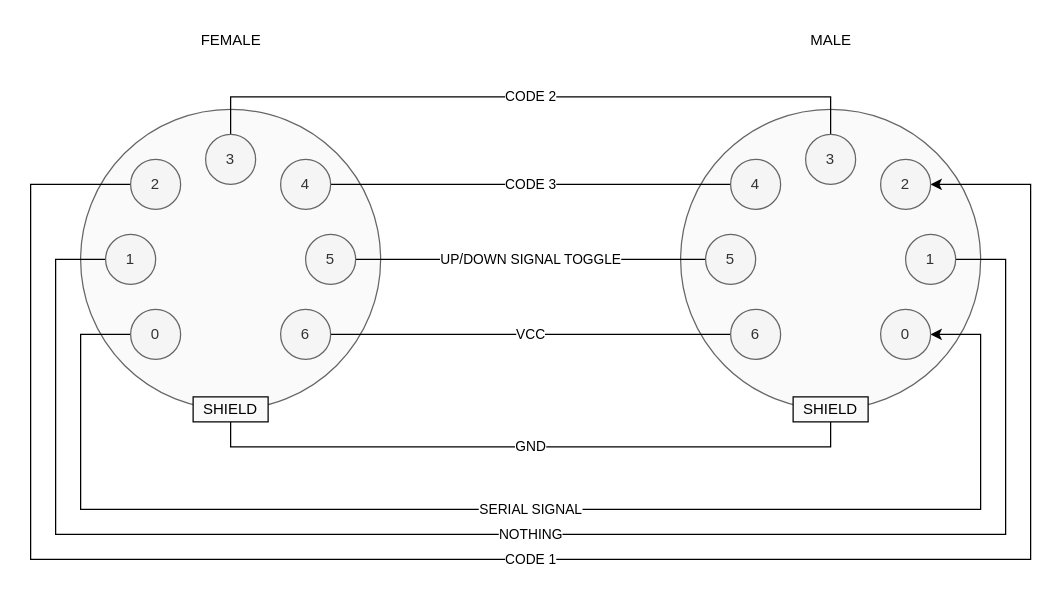
The draw.io diagram layout.drawio in DanielHabenicht/logicdata-standing-desk, before the edit. Source tidied: cells renumbered, new cells numbered last; positions are measured from the earlier drawing's top-left corner, leaving out a move shared by most shapes. Both pictures are drawn from the tidied source at 125%, with x=0, y=0 at pixel (30, 21).
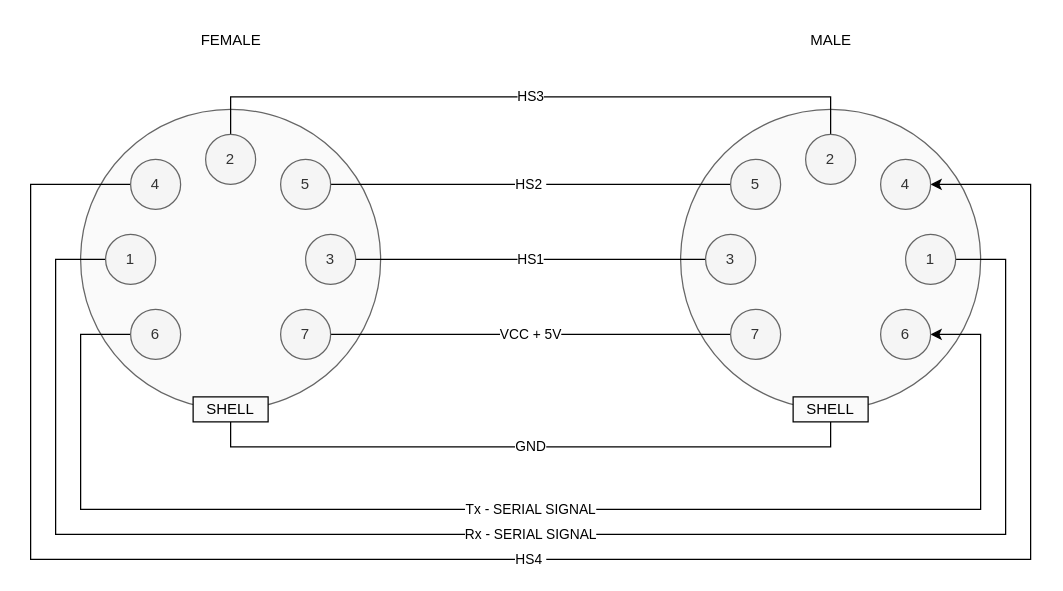
The same page after the edit.

Unchanged cells that the change refers to:
```xml
<mxCell id="9" value="1" style="ellipse;whiteSpace=wrap;html=1;fillColor=#f5f5f5;fontColor=#333333;strokeColor=#666666;" parent="1" vertex="1">
  <mxGeometry x="60" y="170" width="40" height="40" as="geometry" />
</mxCell>
<mxCell id="25" value="1" style="ellipse;whiteSpace=wrap;html=1;fillColor=#f5f5f5;fontColor=#333333;strokeColor=#666666;" parent="1" vertex="1">
  <mxGeometry x="700" y="170" width="40" height="40" as="geometry" />
</mxCell>
```

Diff of the diagram source:
```diff
@@
-    <mxCell id="4" value="CODE 2" style="edgeStyle=orthogonalEdgeStyle;rounded=0;jettySize=auto;html=1;exitX=0.5;exitY=0;exitDx=0;exitDy=0;entryX=0.5;entryY=0;entryDx=0;entryDy=0;endArrow=none;endFill=0;" parent="1" edge="1" source="5" target="20">
+    <mxCell id="4" value="HS3" style="edgeStyle=orthogonalEdgeStyle;rounded=0;jettySize=auto;html=1;exitX=0.5;exitY=0;exitDx=0;exitDy=0;entryX=0.5;entryY=0;entryDx=0;entryDy=0;endArrow=none;endFill=0;" parent="1" edge="1" source="5" target="20">
       <mxGeometry relative="1" as="geometry">
         <Array as="points">
           <mxPoint x="160" y="60" />
           <mxPoint x="640" y="60" />
         </Array>
       </mxGeometry>
     </mxCell>
-    <mxCell id="5" value="3" style="ellipse;whiteSpace=wrap;html=1;fillColor=#f5f5f5;fontColor=#333333;strokeColor=#666666;" parent="1" vertex="1">
+    <mxCell id="5" value="2" style="ellipse;whiteSpace=wrap;html=1;fillColor=#f5f5f5;fontColor=#333333;strokeColor=#666666;" parent="1" vertex="1">
       <mxGeometry x="140" y="90" width="40" height="40" as="geometry" />
     </mxCell>
-    <mxCell id="6" value="CODE 1" style="edgeStyle=orthogonalEdgeStyle;rounded=0;jettySize=auto;html=1;exitX=0;exitY=0.5;exitDx=0;exitDy=0;entryX=1;entryY=0.5;entryDx=0;entryDy=0;" parent="1" edge="1" source="7" target="24">
+    <mxCell id="6" value="HS4&amp;nbsp;" style="edgeStyle=orthogonalEdgeStyle;rounded=0;jettySize=auto;html=1;exitX=0;exitY=0.5;exitDx=0;exitDy=0;entryX=1;entryY=0.5;entryDx=0;entryDy=0;" parent="1" edge="1" source="7" target="24">
       <mxGeometry relative="1" as="geometry">
         <Array as="points">
           <mxPoint y="130" />
           <mxPoint y="430" />
           <mxPoint x="800" y="430" />
           <mxPoint x="800" y="130" />
         </Array>
       </mxGeometry>
     </mxCell>
-    <mxCell id="7" value="2" style="ellipse;whiteSpace=wrap;html=1;fillColor=#f5f5f5;fontColor=#333333;strokeColor=#666666;" parent="1" vertex="1">
+    <mxCell id="7" value="4" style="ellipse;whiteSpace=wrap;html=1;fillColor=#f5f5f5;fontColor=#333333;strokeColor=#666666;" parent="1" vertex="1">
       <mxGeometry x="80" y="110" width="40" height="40" as="geometry" />
     </mxCell>
-    <mxCell id="8" value="NOTHING" style="edgeStyle=orthogonalEdgeStyle;rounded=0;jettySize=auto;html=1;exitX=0;exitY=0.5;exitDx=0;exitDy=0;entryX=1;entryY=0.5;entryDx=0;entryDy=0;endArrow=none;endFill=0;" parent="1" edge="1" source="9" target="25">
+    <mxCell id="8" value="Rx - SERIAL SIGNAL" style="edgeStyle=orthogonalEdgeStyle;rounded=0;jettySize=auto;html=1;exitX=0;exitY=0.5;exitDx=0;exitDy=0;entryX=1;entryY=0.5;entryDx=0;entryDy=0;endArrow=none;endFill=0;" parent="1" edge="1" source="9" target="25">
       <mxGeometry relative="1" as="geometry">
         <Array as="points">
           <mxPoint x="20" y="190" />
           <mxPoint x="20" y="410" />
           <mxPoint x="780" y="410" />
           <mxPoint x="780" y="190" />
         </Array>
       </mxGeometry>
     </mxCell>
@@
-    <mxCell id="10" value="SERIAL SIGNAL" style="edgeStyle=orthogonalEdgeStyle;rounded=0;jettySize=auto;html=1;exitX=0;exitY=0.5;exitDx=0;exitDy=0;entryX=1;entryY=0.5;entryDx=0;entryDy=0;" parent="1" edge="1" source="11" target="26">
+    <mxCell id="10" value="Tx - SERIAL SIGNAL" style="edgeStyle=orthogonalEdgeStyle;rounded=0;jettySize=auto;html=1;exitX=0;exitY=0.5;exitDx=0;exitDy=0;entryX=1;entryY=0.5;entryDx=0;entryDy=0;" parent="1" edge="1" source="11" target="26">
       <mxGeometry relative="1" as="geometry">
         <Array as="points">
           <mxPoint x="40" y="250" />
           <mxPoint x="40" y="390" />
           <mxPoint x="760" y="390" />
           <mxPoint x="760" y="250" />
         </Array>
       </mxGeometry>
     </mxCell>
-    <mxCell id="11" value="0" style="ellipse;whiteSpace=wrap;html=1;fillColor=#f5f5f5;fontColor=#333333;strokeColor=#666666;" parent="1" vertex="1">
+    <mxCell id="11" value="6" style="ellipse;whiteSpace=wrap;html=1;fillColor=#f5f5f5;fontColor=#333333;strokeColor=#666666;" parent="1" vertex="1">
       <mxGeometry x="80" y="230" width="40" height="40" as="geometry" />
     </mxCell>
-    <mxCell id="12" value="CODE 3" style="edgeStyle=orthogonalEdgeStyle;rounded=0;jettySize=auto;html=1;exitX=1;exitY=0.5;exitDx=0;exitDy=0;entryX=0;entryY=0.5;entryDx=0;entryDy=0;endArrow=none;endFill=0;" parent="1" edge="1" source="13" target="21">
+    <mxCell id="12" value="HS2&amp;nbsp;" style="edgeStyle=orthogonalEdgeStyle;rounded=0;jettySize=auto;html=1;exitX=1;exitY=0.5;exitDx=0;exitDy=0;entryX=0;entryY=0.5;entryDx=0;entryDy=0;endArrow=none;endFill=0;" parent="1" edge="1" source="13" target="21">
       <mxGeometry relative="1" as="geometry" />
     </mxCell>
-    <mxCell id="13" value="4" style="ellipse;whiteSpace=wrap;html=1;fillColor=#f5f5f5;fontColor=#333333;strokeColor=#666666;" parent="1" vertex="1">
+    <mxCell id="13" value="5" style="ellipse;whiteSpace=wrap;html=1;fillColor=#f5f5f5;fontColor=#333333;strokeColor=#666666;" parent="1" vertex="1">
       <mxGeometry x="200" y="110" width="40" height="40" as="geometry" />
     </mxCell>
-    <mxCell id="14" value="UP/DOWN SIGNAL TOGGLE" style="edgeStyle=orthogonalEdgeStyle;rounded=0;jettySize=auto;html=1;exitX=1;exitY=0.5;exitDx=0;exitDy=0;entryX=0;entryY=0.5;entryDx=0;entryDy=0;endArrow=none;endFill=0;" parent="1" edge="1" source="15" target="22">
+    <mxCell id="14" value="HS1" style="edgeStyle=orthogonalEdgeStyle;rounded=0;jettySize=auto;html=1;exitX=1;exitY=0.5;exitDx=0;exitDy=0;entryX=0;entryY=0.5;entryDx=0;entryDy=0;endArrow=none;endFill=0;" parent="1" edge="1" source="15" target="22">
       <mxGeometry relative="1" as="geometry" />
     </mxCell>
-    <mxCell id="15" value="5" style="ellipse;whiteSpace=wrap;html=1;fillColor=#f5f5f5;fontColor=#333333;strokeColor=#666666;" parent="1" vertex="1">
+    <mxCell id="15" value="3" style="ellipse;whiteSpace=wrap;html=1;fillColor=#f5f5f5;fontColor=#333333;strokeColor=#666666;" parent="1" vertex="1">
       <mxGeometry x="220" y="170" width="40" height="40" as="geometry" />
     </mxCell>
-    <mxCell id="16" value="VCC" style="edgeStyle=orthogonalEdgeStyle;rounded=0;jettySize=auto;html=1;exitX=1;exitY=0.5;exitDx=0;exitDy=0;entryX=0;entryY=0.5;entryDx=0;entryDy=0;endArrow=none;endFill=0;" parent="1" edge="1" source="17" target="23">
+    <mxCell id="16" value="VCC + 5V" style="edgeStyle=orthogonalEdgeStyle;rounded=0;jettySize=auto;html=1;exitX=1;exitY=0.5;exitDx=0;exitDy=0;entryX=0;entryY=0.5;entryDx=0;entryDy=0;endArrow=none;endFill=0;" parent="1" edge="1" source="17" target="23">
       <mxGeometry relative="1" as="geometry" />
     </mxCell>
-    <mxCell id="17" value="6" style="ellipse;whiteSpace=wrap;html=1;fillColor=#f5f5f5;fontColor=#333333;strokeColor=#666666;" parent="1" vertex="1">
+    <mxCell id="17" value="7" style="ellipse;whiteSpace=wrap;html=1;fillColor=#f5f5f5;fontColor=#333333;strokeColor=#666666;" parent="1" vertex="1">
       <mxGeometry x="200" y="230" width="40" height="40" as="geometry" />
     </mxCell>
@@
-    <mxCell id="19" value="SHIELD" style="rounded=0;whiteSpace=wrap;html=1;fillColor=#FAFAFA;" parent="1" vertex="1">
+    <mxCell id="19" value="SHELL" style="rounded=0;whiteSpace=wrap;html=1;fillColor=#FAFAFA;" parent="1" vertex="1">
       <mxGeometry x="130" y="300" width="60" height="20" as="geometry" />
     </mxCell>
-    <mxCell id="20" value="3" style="ellipse;whiteSpace=wrap;html=1;fillColor=#f5f5f5;fontColor=#333333;strokeColor=#666666;" parent="1" vertex="1">
+    <mxCell id="20" value="2" style="ellipse;whiteSpace=wrap;html=1;fillColor=#f5f5f5;fontColor=#333333;strokeColor=#666666;" parent="1" vertex="1">
       <mxGeometry x="620" y="90" width="40" height="40" as="geometry" />
     </mxCell>
-    <mxCell id="21" value="4" style="ellipse;whiteSpace=wrap;html=1;fillColor=#f5f5f5;fontColor=#333333;strokeColor=#666666;" parent="1" vertex="1">
+    <mxCell id="21" value="5" style="ellipse;whiteSpace=wrap;html=1;fillColor=#f5f5f5;fontColor=#333333;strokeColor=#666666;" parent="1" vertex="1">
       <mxGeometry x="560" y="110" width="40" height="40" as="geometry" />
     </mxCell>
-    <mxCell id="22" value="5" style="ellipse;whiteSpace=wrap;html=1;fillColor=#f5f5f5;fontColor=#333333;strokeColor=#666666;" parent="1" vertex="1">
+    <mxCell id="22" value="3" style="ellipse;whiteSpace=wrap;html=1;fillColor=#f5f5f5;fontColor=#333333;strokeColor=#666666;" parent="1" vertex="1">
       <mxGeometry x="540" y="170" width="40" height="40" as="geometry" />
     </mxCell>
-    <mxCell id="23" value="6" style="ellipse;whiteSpace=wrap;html=1;fillColor=#f5f5f5;fontColor=#333333;strokeColor=#666666;" parent="1" vertex="1">
+    <mxCell id="23" value="7" style="ellipse;whiteSpace=wrap;html=1;fillColor=#f5f5f5;fontColor=#333333;strokeColor=#666666;" parent="1" vertex="1">
       <mxGeometry x="560" y="230" width="40" height="40" as="geometry" />
     </mxCell>
-    <mxCell id="24" value="2" style="ellipse;whiteSpace=wrap;html=1;fillColor=#f5f5f5;fontColor=#333333;strokeColor=#666666;" parent="1" vertex="1">
+    <mxCell id="24" value="4" style="ellipse;whiteSpace=wrap;html=1;fillColor=#f5f5f5;fontColor=#333333;strokeColor=#666666;" parent="1" vertex="1">
       <mxGeometry x="680" y="110" width="40" height="40" as="geometry" />
     </mxCell>
@@
-    <mxCell id="26" value="0" style="ellipse;whiteSpace=wrap;html=1;fillColor=#f5f5f5;fontColor=#333333;strokeColor=#666666;" parent="1" vertex="1">
+    <mxCell id="26" value="6" style="ellipse;whiteSpace=wrap;html=1;fillColor=#f5f5f5;fontColor=#333333;strokeColor=#666666;" parent="1" vertex="1">
       <mxGeometry x="680" y="230" width="40" height="40" as="geometry" />
     </mxCell>
-    <mxCell id="27" value="SHIELD" style="rounded=0;whiteSpace=wrap;html=1;fillColor=#FAFAFA;" parent="1" vertex="1">
+    <mxCell id="27" value="SHELL" style="rounded=0;whiteSpace=wrap;html=1;fillColor=#FAFAFA;" parent="1" vertex="1">
       <mxGeometry x="610" y="300" width="60" height="20" as="geometry" />
     </mxCell>
```
